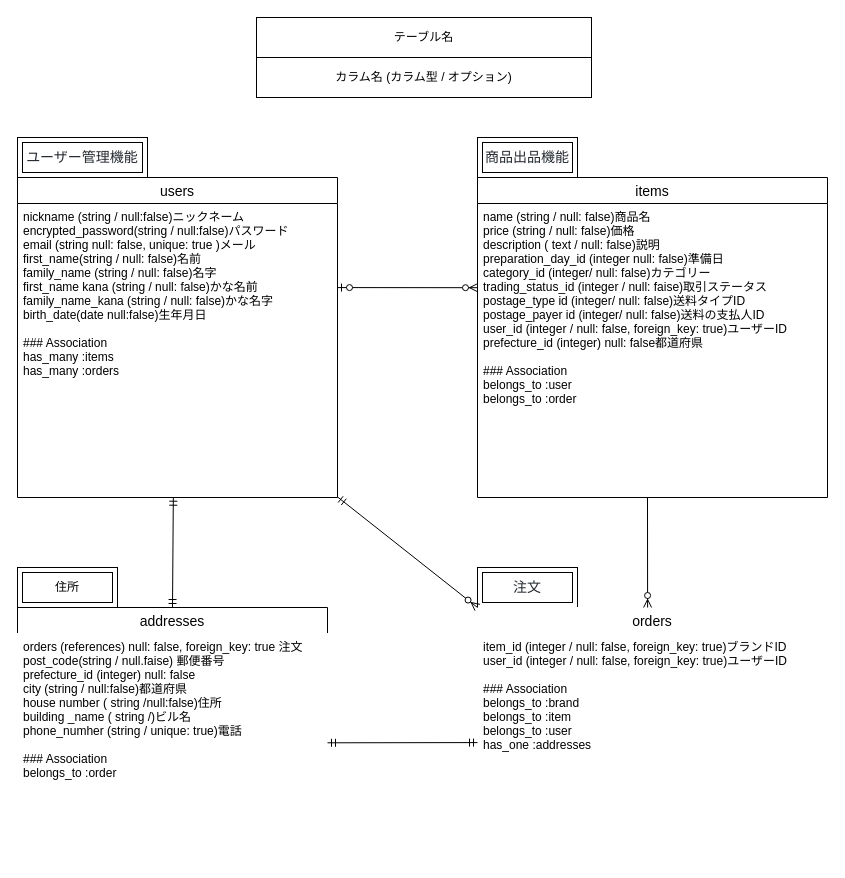
This is ER図.dio from mitsuonitta/furima-38914, a draw.io file, before an edit. Source tidied: cells renumbered, new cells numbered last; positions are measured from the earlier drawing's top-left corner, leaving out a move shared by most shapes. Both pictures are drawn from the tidied source at 100%, with x=0, y=0 at pixel (17, 17).
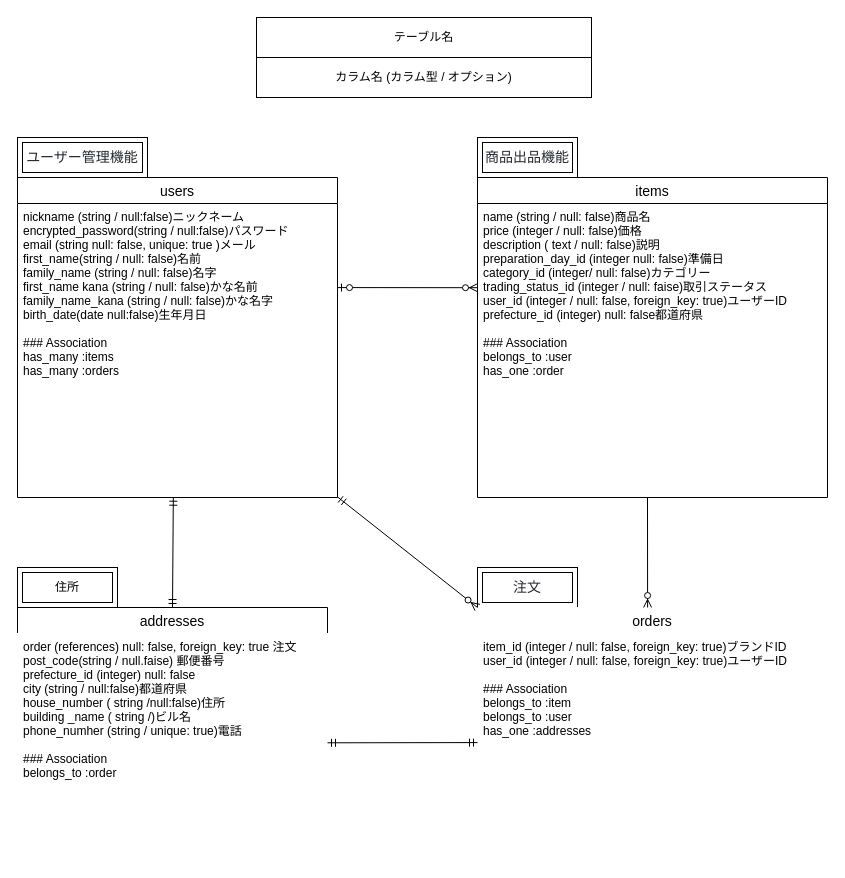
The same diagram, later.

Commit message (it also covers changes not shown here):
third commit custom07

Unchanged cells that the change refers to:
```xml
<mxCell id="4" value="items" style="swimlane;fontStyle=0;horizontal=1;startSize=26;align=center;fontSize=14;" parent="1" vertex="1">
  <mxGeometry x="460" y="160" width="350" height="320" as="geometry" />
</mxCell>
<mxCell id="12" value="addresses" style="swimlane;fontStyle=0;horizontal=1;startSize=26;align=center;fontSize=14;labelBackgroundColor=none;fontColor=default;" parent="1" vertex="1">
  <mxGeometry y="590" width="310" height="250" as="geometry" />
</mxCell>
<mxCell id="16" value="orders" style="swimlane;fontStyle=0;horizontal=1;startSize=26;align=center;fontSize=14;labelBackgroundColor=none;strokeColor=#FFFFFF;fontColor=default;" parent="1" vertex="1">
  <mxGeometry x="460" y="590" width="350" height="250" as="geometry" />
</mxCell>
```

Diff of the diagram source:
```diff
@@
-    <mxCell id="5" value="name (string / null: false)商品名&#10;price (string / null: false)価格&#10;description ( text / null: false)説明&#10;preparation_day_id (integer null: false)準備日&#10;category_id (integer/ null: false)カテゴリー&#10;trading_status_id (integer / null: faise)取引ステータス&#10;postage_type id (integer/ null: false)送料タイプID&#10;postage_payer id (integer/ null: false)送料の支払人ID&#10;user_id (integer / null: false, foreign_key: true)ユーザーID&#10;prefecture_id (integer) null: false都道府県&#10;&#10;### Association&#10;belongs_to :user &#10;belongs_to :order　" style="text;strokeColor=none;fillColor=none;spacingLeft=4;spacingRight=4;overflow=hidden;fontSize=12;" parent="4" vertex="1">
+    <mxCell id="5" value="name (string / null: false)商品名&#10;price (integer / null: false)価格&#10;description ( text / null: false)説明&#10;preparation_day_id (integer null: false)準備日&#10;category_id (integer/ null: false)カテゴリー&#10;trading_status_id (integer / null: faise)取引ステータス&#10;user_id (integer / null: false, foreign_key: true)ユーザーID&#10;prefecture_id (integer) null: false都道府県&#10;&#10;### Association&#10;belongs_to :user &#10;has_one :order&#10;" style="text;strokeColor=none;fillColor=none;spacingLeft=4;spacingRight=4;overflow=hidden;fontSize=12;" parent="4" vertex="1">
       <mxGeometry y="26" width="350" height="294" as="geometry" />
     </mxCell>
@@
-    <mxCell id="13" value="orders (references) null: false, foreign_key: true 注文&#10;post_code(string / null.faise) 郵便番号&#10;prefecture_id (integer) null: false&#10;city (string / null:false)都道府県&#10;house number ( string /null:false)住所&#10;building _name ( string /)ビル名&#10;phone_numher (string / unique: true)電話&#10;&#10;### Association&#10;belongs_to :order" style="text;strokeColor=#FFFFFF;fillColor=none;spacingLeft=4;spacingRight=4;overflow=hidden;points=[[0,0.5],[1,0.5]];portConstraint=eastwest;fontSize=12;labelBackgroundColor=none;fontColor=default;" parent="12" vertex="1">
+    <mxCell id="13" value="order (references) null: false, foreign_key: true 注文&#10;post_code(string / null.faise) 郵便番号&#10;prefecture_id (integer) null: false&#10;city (string / null:false)都道府県&#10;house_number ( string /null:false)住所&#10;building _name ( string /)ビル名&#10;phone_numher (string / unique: true)電話&#10;&#10;### Association&#10;belongs_to :order" style="text;strokeColor=#FFFFFF;fillColor=none;spacingLeft=4;spacingRight=4;overflow=hidden;points=[[0,0.5],[1,0.5]];portConstraint=eastwest;fontSize=12;labelBackgroundColor=none;fontColor=default;" parent="12" vertex="1">
       <mxGeometry y="26" width="310" height="224" as="geometry" />
     </mxCell>
@@
-    <mxCell id="17" value="item_id (integer / null: false, foreign_key: true)ブランドID&#10;user_id (integer / null: false, foreign_key: true)ユーザーID&#10;&#10;### Association&#10;belongs_to :brand&#10;belongs_to :item&#10;belongs_to :user&#10;has_one :addresses&#10;" style="text;strokeColor=none;fillColor=none;spacingLeft=4;spacingRight=4;overflow=hidden;points=[[0,0.5],[1,0.5]];portConstraint=eastwest;fontSize=12;labelBackgroundColor=none;fontColor=default;" parent="16" vertex="1">
+    <mxCell id="17" value="item_id (integer / null: false, foreign_key: true)ブランドID&#10;user_id (integer / null: false, foreign_key: true)ユーザーID&#10;&#10;### Association&#10;belongs_to :item&#10;belongs_to :user&#10;has_one :addresses&#10;" style="text;strokeColor=none;fillColor=none;spacingLeft=4;spacingRight=4;overflow=hidden;points=[[0,0.5],[1,0.5]];portConstraint=eastwest;fontSize=12;labelBackgroundColor=none;fontColor=default;" parent="16" vertex="1">
       <mxGeometry y="26" width="350" height="224" as="geometry" />
     </mxCell>
```
